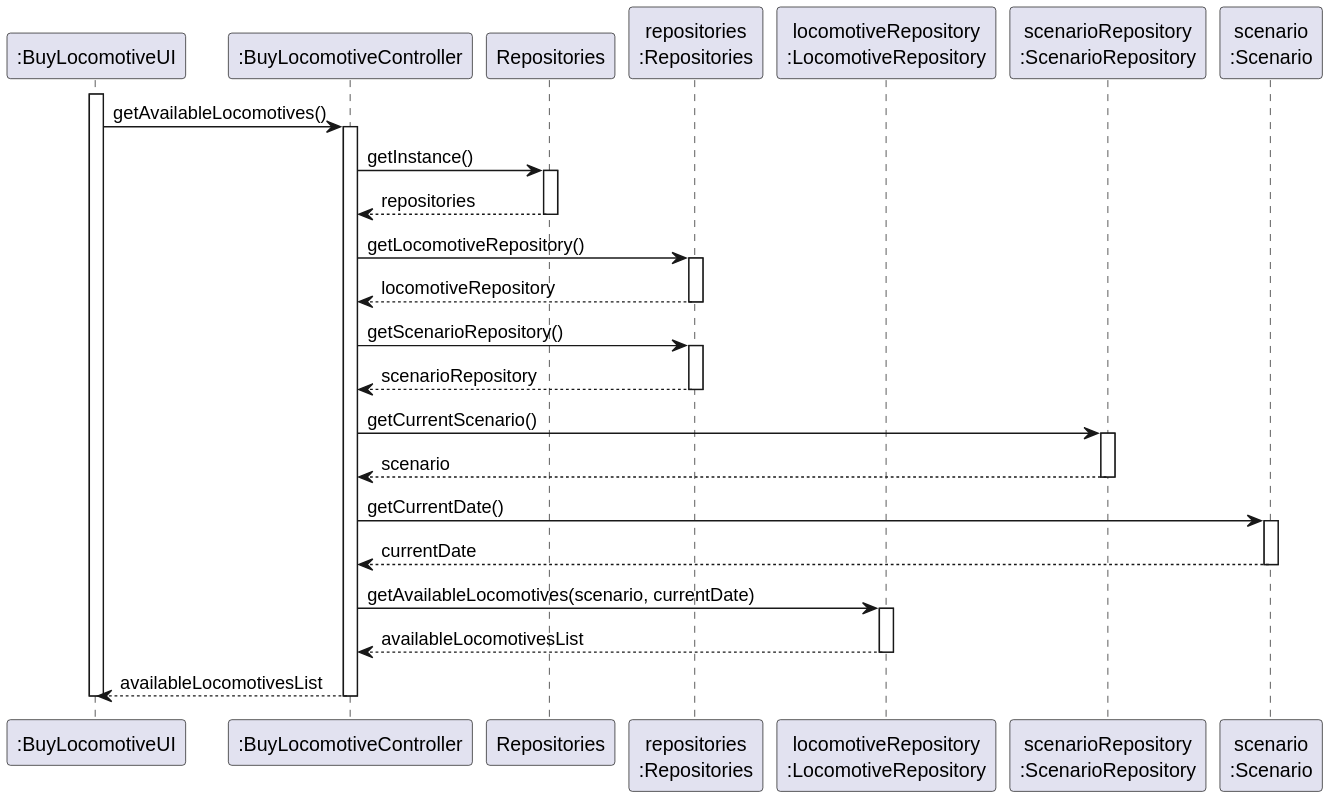
Before: docs/system-documentation/Sprint 2/US09/03.design/svg/US09-SD-partial-get-available-locomotives.svg, a diagram exported from PlantUML (HenriqueSilva18/Railway-Network-Simulator). Its diagram source:
```plantuml
@startuml
skinparam packageStyle rectangle
skinparam shadowing false

participant ":BuyLocomotiveUI" as UI
participant ":BuyLocomotiveController" as CTRL
participant "Repositories" as REPOS
participant "repositories\n:Repositories" as REPOS_SINGLETON
participant "locomotiveRepository\n:LocomotiveRepository" as LOC_REPO
participant "scenarioRepository\n:ScenarioRepository" as SCENARIO_REPO
participant "scenario\n:Scenario" as SCENARIO

activate UI
    UI -> CTRL : getAvailableLocomotives()
    activate CTRL

        CTRL -> REPOS : getInstance()
        activate REPOS
            REPOS --> CTRL : repositories
        deactivate REPOS

        CTRL -> REPOS_SINGLETON : getLocomotiveRepository()
        activate REPOS_SINGLETON
            REPOS_SINGLETON --> CTRL : locomotiveRepository
        deactivate REPOS_SINGLETON

        CTRL -> REPOS_SINGLETON : getScenarioRepository()
        activate REPOS_SINGLETON
            REPOS_SINGLETON --> CTRL : scenarioRepository
        deactivate REPOS_SINGLETON

        CTRL -> SCENARIO_REPO : getCurrentScenario()
        activate SCENARIO_REPO
            SCENARIO_REPO --> CTRL : scenario
        deactivate SCENARIO_REPO

        CTRL -> SCENARIO : getCurrentDate()
        activate SCENARIO
            SCENARIO --> CTRL : currentDate
        deactivate SCENARIO

        CTRL -> LOC_REPO : getAvailableLocomotives(scenario, currentDate)
        activate LOC_REPO
            LOC_REPO --> CTRL : availableLocomotivesList
        deactivate LOC_REPO

        CTRL --> UI : availableLocomotivesList
    deactivate CTRL
deactivate UI
@enduml
```
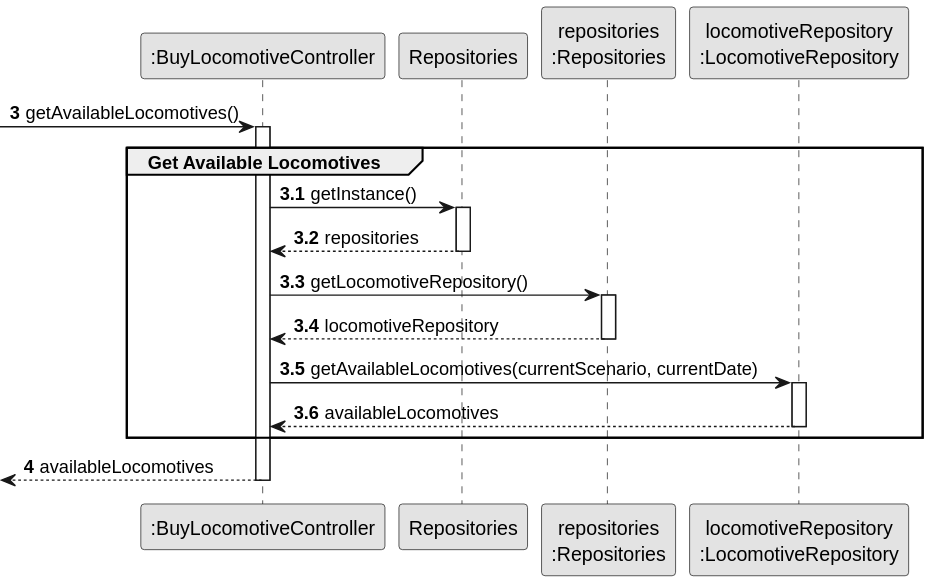
Later version of the same file.

Diff of the diagram source:
```diff
@@ -1,50 +1,40 @@
 @startuml
+skinparam monochrome true
 skinparam packageStyle rectangle
 skinparam shadowing false
 
-participant ":BuyLocomotiveUI" as UI
+autonumber
+
+
 participant ":BuyLocomotiveController" as CTRL
 participant "Repositories" as REPOS
 participant "repositories\n:Repositories" as REPOS_SINGLETON
 participant "locomotiveRepository\n:LocomotiveRepository" as LOC_REPO
-participant "scenarioRepository\n:ScenarioRepository" as SCENARIO_REPO
-participant "scenario\n:Scenario" as SCENARIO
 
-activate UI
-    UI -> CTRL : getAvailableLocomotives()
-    activate CTRL
+autonumber 3
 
-        CTRL -> REPOS : getInstance()
-        activate REPOS
-            REPOS --> CTRL : repositories
-        deactivate REPOS
+ -> CTRL : getAvailableLocomotives()
+autonumber 3.1
+activate CTRL
+    group Get Available Locomotives
 
-        CTRL -> REPOS_SINGLETON : getLocomotiveRepository()
-        activate REPOS_SINGLETON
-            REPOS_SINGLETON --> CTRL : locomotiveRepository
-        deactivate REPOS_SINGLETON
+            CTRL -> REPOS : getInstance()
+            activate REPOS
+                REPOS --> CTRL: repositories
+            deactivate REPOS
 
-        CTRL -> REPOS_SINGLETON : getScenarioRepository()
-        activate REPOS_SINGLETON
-            REPOS_SINGLETON --> CTRL : scenarioRepository
-        deactivate REPOS_SINGLETON
+            CTRL -> REPOS_SINGLETON : getLocomotiveRepository()
+            activate REPOS_SINGLETON
+                REPOS_SINGLETON --> CTRL: locomotiveRepository
+            deactivate REPOS_SINGLETON
 
-        CTRL -> SCENARIO_REPO : getCurrentScenario()
-        activate SCENARIO_REPO
-            SCENARIO_REPO --> CTRL : scenario
-        deactivate SCENARIO_REPO
+            CTRL -> LOC_REPO : getAvailableLocomotives(currentScenario, currentDate)
+            activate LOC_REPO
+                LOC_REPO --> CTRL : availableLocomotives
+            deactivate LOC_REPO
 
-        CTRL -> SCENARIO : getCurrentDate()
-        activate SCENARIO
-            SCENARIO --> CTRL : currentDate
-        deactivate SCENARIO
-
-        CTRL -> LOC_REPO : getAvailableLocomotives(scenario, currentDate)
-        activate LOC_REPO
-            LOC_REPO --> CTRL : availableLocomotivesList
-        deactivate LOC_REPO
-
-        CTRL --> UI : availableLocomotivesList
-    deactivate CTRL
-deactivate UI
+    end
+    autonumber 4
+    <-- CTRL  : availableLocomotives
+deactivate CTRL
 @enduml
```
